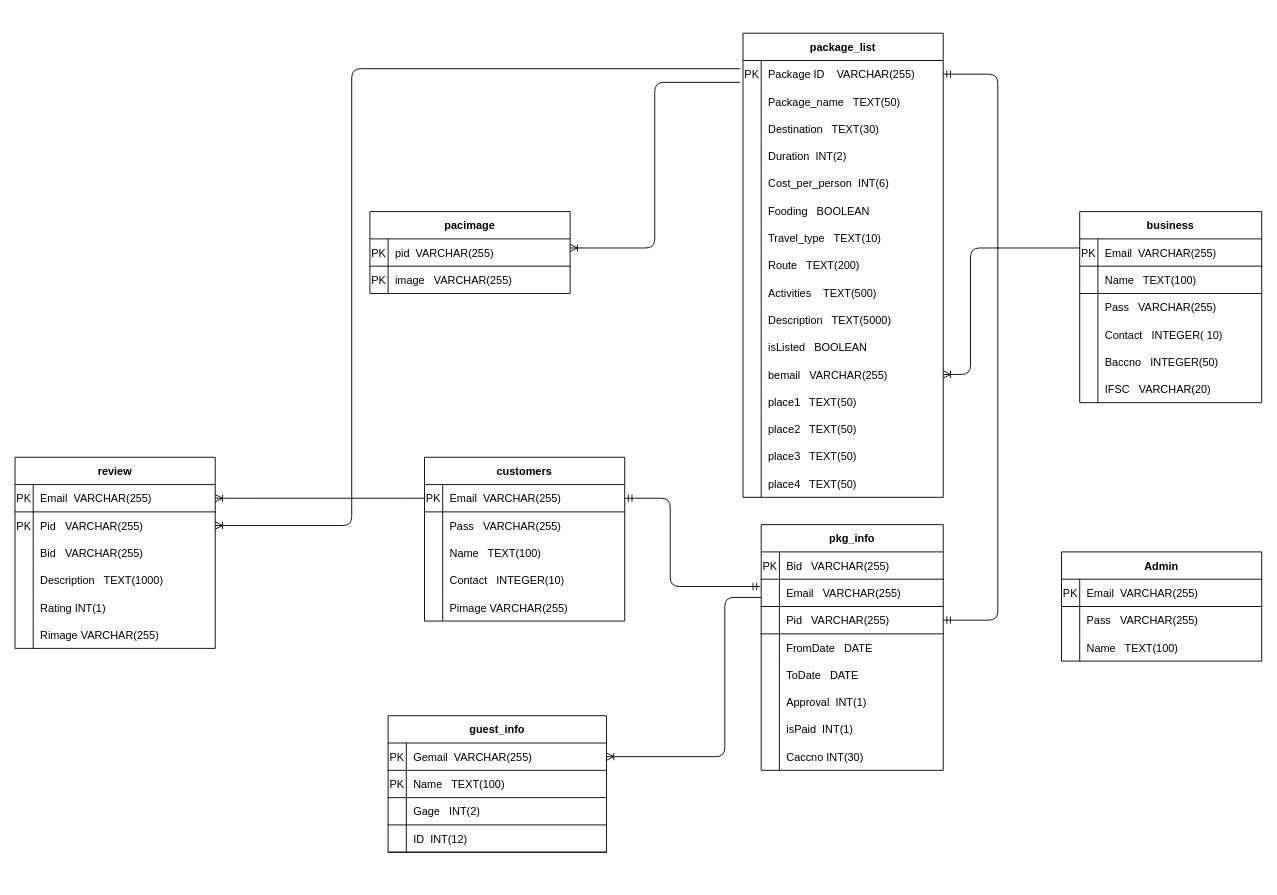
Before: ERD_SCHEMA_WITH_PAKCAGE.drawio in PCMasterRace007/ER, a draw.io diagram. Source tidied: cells renumbered, new cells numbered last; positions are measured from the earlier drawing's top-left corner, leaving out a move shared by most shapes. Both pictures are drawn from the tidied source at 91%, with x=0, y=0 at pixel (15, 33).
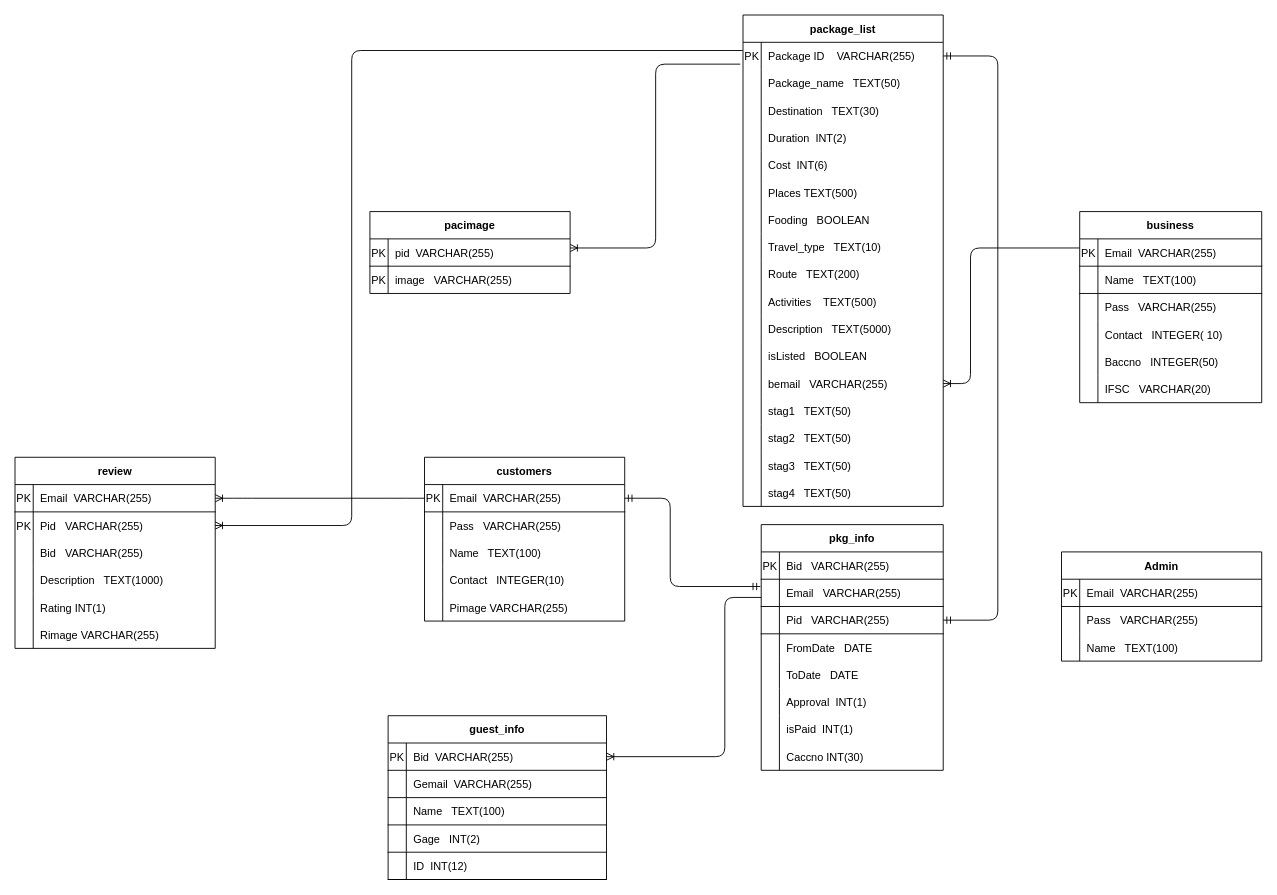
The same page after the edit.

Unchanged cells that the change refers to:
```xml
<mxCell id="3" style="shape=partialRectangle;fillColor=none;top=0;left=0;bottom=0;right=0;points=[[0,0.5],[1,0.5]];portConstraint=eastwest;" parent="2" vertex="1">
  <mxGeometry y="30" width="220" height="30" as="geometry" />
</mxCell>
<mxCell id="15" style="shape=partialRectangle;fillColor=none;top=0;left=0;bottom=0;right=0;" parent="2" vertex="1">
  <mxGeometry y="150" width="220" height="30" as="geometry" />
</mxCell>
<mxCell id="45" style="shape=partialRectangle;fillColor=none;top=0;left=0;bottom=0;right=0;" parent="2" vertex="1">
  <mxGeometry y="450" width="220" height="30" as="geometry" />
</mxCell>
<mxCell id="48" style="shape=partialRectangle;fillColor=none;top=0;left=0;bottom=0;right=0;" parent="2" vertex="1">
  <mxGeometry y="480" width="220" height="30" as="geometry" />
</mxCell>
<mxCell id="103" style="shape=partialRectangle;fillColor=none;top=0;left=0;bottom=1;right=0;points=[[0,0.5],[1,0.5]];portConstraint=eastwest;" parent="99" vertex="1">
  <mxGeometry y="60" width="200" height="30" as="geometry" />
</mxCell>
<mxCell id="132" style="shape=partialRectangle;fillColor=none;top=0;left=0;bottom=0;right=0;points=[[0,0.5],[1,0.5]];portConstraint=eastwest;" parent="128" vertex="1">
  <mxGeometry y="60" width="220" height="30" as="geometry" />
</mxCell>
```

Diff of the diagram source:
```diff
@@
     <mxCell id="2" value="package_list" style="shape=table;startSize=30;childLayout=tableLayout;rowLines=0;fontStyle=1;align=center;" parent="1" vertex="1">
-      <mxGeometry x="800" width="220" height="510" as="geometry" />
+      <mxGeometry x="800" y="-20" width="220" height="540" as="geometry" />
     </mxCell>
@@
-    <mxCell id="17" value="Cost_per_person  INT(6)" style="shape=partialRectangle;fillColor=none;top=0;left=0;bottom=0;right=0;align=left;spacingLeft=6;overflow=hidden;" parent="15" vertex="1">
+    <mxCell id="17" value="Cost  INT(6)" style="shape=partialRectangle;fillColor=none;top=0;left=0;bottom=0;right=0;align=left;spacingLeft=6;overflow=hidden;" parent="15" vertex="1">
       <mxGeometry x="20" width="200" height="30" as="geometry" />
     </mxCell>
+    <mxCell id="167" style="shape=partialRectangle;fillColor=none;top=0;left=0;bottom=0;right=0;" parent="2" vertex="1">
+      <mxGeometry y="180" width="220" height="30" as="geometry" />
+    </mxCell>
+    <mxCell id="168" style="shape=partialRectangle;fillColor=none;top=0;left=0;bottom=0;right=0;overflow=hidden;" parent="167" vertex="1">
+      <mxGeometry width="20" height="30" as="geometry" />
+    </mxCell>
+    <mxCell id="169" value="Places TEXT(500)" style="shape=partialRectangle;fillColor=none;top=0;left=0;bottom=0;right=0;align=left;spacingLeft=6;overflow=hidden;" parent="167" vertex="1">
+      <mxGeometry x="20" width="200" height="30" as="geometry" />
+    </mxCell>
     <mxCell id="18" style="shape=partialRectangle;fillColor=none;top=0;left=0;bottom=0;right=0;" parent="2" vertex="1">
-      <mxGeometry y="180" width="220" height="30" as="geometry" />
+      <mxGeometry y="210" width="220" height="30" as="geometry" />
     </mxCell>
@@
     <mxCell id="21" style="shape=partialRectangle;fillColor=none;top=0;left=0;bottom=0;right=0;" parent="2" vertex="1">
-      <mxGeometry y="210" width="220" height="30" as="geometry" />
+      <mxGeometry y="240" width="220" height="30" as="geometry" />
     </mxCell>
@@
     <mxCell id="24" style="shape=partialRectangle;fillColor=none;top=0;left=0;bottom=0;right=0;" parent="2" vertex="1">
-      <mxGeometry y="240" width="220" height="30" as="geometry" />
+      <mxGeometry y="270" width="220" height="30" as="geometry" />
     </mxCell>
@@
     <mxCell id="27" style="shape=partialRectangle;fillColor=none;top=0;left=0;bottom=0;right=0;" parent="2" vertex="1">
-      <mxGeometry y="270" width="220" height="30" as="geometry" />
+      <mxGeometry y="300" width="220" height="30" as="geometry" />
     </mxCell>
@@
     <mxCell id="30" style="shape=partialRectangle;fillColor=none;top=0;left=0;bottom=0;right=0;" parent="2" vertex="1">
-      <mxGeometry y="300" width="220" height="30" as="geometry" />
+      <mxGeometry y="330" width="220" height="30" as="geometry" />
     </mxCell>
@@
     <mxCell id="33" style="shape=partialRectangle;fillColor=none;top=0;left=0;bottom=0;right=0;" parent="2" vertex="1">
-      <mxGeometry y="330" width="220" height="30" as="geometry" />
+      <mxGeometry y="360" width="220" height="30" as="geometry" />
     </mxCell>
@@
     <mxCell id="36" style="shape=partialRectangle;fillColor=none;top=0;left=0;bottom=0;right=0;points=[[0,0.5],[1,0.5]];portConstraint=eastwest;" parent="2" vertex="1">
-      <mxGeometry y="360" width="220" height="30" as="geometry" />
+      <mxGeometry y="390" width="220" height="30" as="geometry" />
     </mxCell>
@@
     <mxCell id="39" style="shape=partialRectangle;fillColor=none;top=0;left=0;bottom=0;right=0;" parent="2" vertex="1">
-      <mxGeometry y="390" width="220" height="30" as="geometry" />
+      <mxGeometry y="420" width="220" height="30" as="geometry" />
     </mxCell>
@@
-    <mxCell id="41" value="place1   TEXT(50)" style="shape=partialRectangle;fillColor=none;top=0;left=0;bottom=0;right=0;align=left;spacingLeft=6;overflow=hidden;" parent="39" vertex="1">
+    <mxCell id="41" value="stag1   TEXT(50)" style="shape=partialRectangle;fillColor=none;top=0;left=0;bottom=0;right=0;align=left;spacingLeft=6;overflow=hidden;" parent="39" vertex="1">
       <mxGeometry x="20" width="200" height="30" as="geometry" />
     </mxCell>
-    <mxCell id="42" style="shape=partialRectangle;fillColor=none;top=0;left=0;bottom=0;right=0;" parent="2" vertex="1">
-      <mxGeometry y="420" width="220" height="30" as="geometry" />
-    </mxCell>
-    <mxCell id="43" style="shape=partialRectangle;fillColor=none;top=0;left=0;bottom=0;right=0;overflow=hidden;" parent="42" vertex="1">
-      <mxGeometry width="20" height="30" as="geometry" />
-    </mxCell>
-    <mxCell id="44" value="place2   TEXT(50)" style="shape=partialRectangle;fillColor=none;top=0;left=0;bottom=0;right=0;align=left;spacingLeft=6;overflow=hidden;" parent="42" vertex="1">
-      <mxGeometry x="20" width="200" height="30" as="geometry" />
-    </mxCell>
@@
-    <mxCell id="46" style="shape=partialRectangle;fillColor=none;top=0;left=0;bottom=0;right=0;overflow=hidden;" parent="45" vertex="1">
-      <mxGeometry width="20" height="30" as="geometry" />
-    </mxCell>
-    <mxCell id="47" value="place3   TEXT(50)" style="shape=partialRectangle;fillColor=none;top=0;left=0;bottom=0;right=0;align=left;spacingLeft=6;overflow=hidden;" parent="45" vertex="1">
-      <mxGeometry x="20" width="200" height="30" as="geometry" />
-    </mxCell>
+    <mxCell id="170" style="shape=partialRectangle;fillColor=none;top=0;left=0;bottom=0;right=0;overflow=hidden;" parent="45" vertex="1">
+      <mxGeometry width="20" height="30" as="geometry" />
+    </mxCell>
+    <mxCell id="171" value="stag2   TEXT(50)" style="shape=partialRectangle;fillColor=none;top=0;left=0;bottom=0;right=0;align=left;spacingLeft=6;overflow=hidden;" parent="45" vertex="1">
+      <mxGeometry x="20" width="200" height="30" as="geometry" />
+    </mxCell>
@@
-    <mxCell id="49" style="shape=partialRectangle;fillColor=none;top=0;left=0;bottom=0;right=0;overflow=hidden;" parent="48" vertex="1">
-      <mxGeometry width="20" height="30" as="geometry" />
-    </mxCell>
-    <mxCell id="50" value="place4   TEXT(50)" style="shape=partialRectangle;fillColor=none;top=0;left=0;bottom=0;right=0;align=left;spacingLeft=6;overflow=hidden;" parent="48" vertex="1">
-      <mxGeometry x="20" width="200" height="30" as="geometry" />
-    </mxCell>
+    <mxCell id="172" style="shape=partialRectangle;fillColor=none;top=0;left=0;bottom=0;right=0;overflow=hidden;" parent="48" vertex="1">
+      <mxGeometry width="20" height="30" as="geometry" />
+    </mxCell>
+    <mxCell id="173" value="stag3   TEXT(50)" style="shape=partialRectangle;fillColor=none;top=0;left=0;bottom=0;right=0;align=left;spacingLeft=6;overflow=hidden;" parent="48" vertex="1">
+      <mxGeometry x="20" width="200" height="30" as="geometry" />
+    </mxCell>
+    <mxCell id="174" style="shape=partialRectangle;fillColor=none;top=0;left=0;bottom=0;right=0;" parent="2" vertex="1">
+      <mxGeometry y="510" width="220" height="30" as="geometry" />
+    </mxCell>
+    <mxCell id="175" style="shape=partialRectangle;fillColor=none;top=0;left=0;bottom=0;right=0;overflow=hidden;" parent="174" vertex="1">
+      <mxGeometry width="20" height="30" as="geometry" />
+    </mxCell>
+    <mxCell id="176" value="stag4   TEXT(50)" style="shape=partialRectangle;fillColor=none;top=0;left=0;bottom=0;right=0;align=left;spacingLeft=6;overflow=hidden;" parent="174" vertex="1">
+      <mxGeometry x="20" width="200" height="30" as="geometry" />
+    </mxCell>
@@
     <mxCell id="86" value="guest_info" style="shape=table;startSize=30;childLayout=tableLayout;rowLines=0;fontStyle=1;align=center;" parent="1" vertex="1">
-      <mxGeometry x="410" y="750" width="240" height="150" as="geometry" />
+      <mxGeometry x="410" y="750" width="240" height="180" as="geometry" />
     </mxCell>
+    <mxCell id="177" style="shape=partialRectangle;fillColor=none;top=0;left=0;bottom=1;right=0;points=[[0,0.5],[1,0.5]];portConstraint=eastwest;" parent="86" vertex="1">
+      <mxGeometry y="30" width="240" height="30" as="geometry" />
+    </mxCell>
+    <mxCell id="178" value="PK" style="shape=partialRectangle;fillColor=none;top=0;left=0;bottom=0;right=0;fontStyle=0;overflow=hidden;" parent="177" vertex="1">
+      <mxGeometry width="20" height="30" as="geometry" />
+    </mxCell>
+    <mxCell id="179" value="Bid  VARCHAR(255)" style="shape=partialRectangle;fillColor=none;top=0;left=0;bottom=0;right=0;align=left;spacingLeft=6;fontStyle=0;overflow=hidden;" parent="177" vertex="1">
+      <mxGeometry x="20" width="220" height="30" as="geometry" />
+    </mxCell>
     <mxCell id="87" style="shape=partialRectangle;fillColor=none;top=0;left=0;bottom=1;right=0;points=[[0,0.5],[1,0.5]];portConstraint=eastwest;" parent="86" vertex="1">
-      <mxGeometry y="30" width="240" height="30" as="geometry" />
+      <mxGeometry y="60" width="240" height="30" as="geometry" />
     </mxCell>
-    <mxCell id="88" value="PK" style="shape=partialRectangle;fillColor=none;top=0;left=0;bottom=0;right=0;fontStyle=0;overflow=hidden;" parent="87" vertex="1">
+    <mxCell id="88" style="shape=partialRectangle;fillColor=none;top=0;left=0;bottom=0;right=0;fontStyle=0;overflow=hidden;" parent="87" vertex="1">
       <mxGeometry width="20" height="30" as="geometry" />
     </mxCell>
@@
     <mxCell id="90" style="shape=partialRectangle;fillColor=none;top=0;left=0;bottom=1;right=0;" parent="86" vertex="1">
-      <mxGeometry y="60" width="240" height="30" as="geometry" />
+      <mxGeometry y="90" width="240" height="30" as="geometry" />
     </mxCell>
-    <mxCell id="91" value="PK" style="shape=partialRectangle;fillColor=none;top=0;left=0;bottom=0;right=0;fontStyle=0;overflow=hidden;" parent="90" vertex="1">
+    <mxCell id="91" style="shape=partialRectangle;fillColor=none;top=0;left=0;bottom=0;right=0;fontStyle=0;overflow=hidden;" parent="90" vertex="1">
       <mxGeometry width="20" height="30" as="geometry" />
     </mxCell>
@@
     <mxCell id="93" style="shape=partialRectangle;fillColor=none;top=0;left=0;bottom=1;right=0;" parent="86" vertex="1">
-      <mxGeometry y="90" width="240" height="30" as="geometry" />
+      <mxGeometry y="120" width="240" height="30" as="geometry" />
     </mxCell>
@@
     <mxCell id="96" style="shape=partialRectangle;fillColor=none;top=0;left=0;bottom=1;right=0;" parent="86" vertex="1">
-      <mxGeometry y="120" width="240" height="30" as="geometry" />
+      <mxGeometry y="150" width="240" height="30" as="geometry" />
     </mxCell>
@@
-    <mxCell id="126" style="edgeStyle=elbowEdgeStyle;fontSize=12;html=1;endArrow=ERoneToMany;entryX=1;entryY=0.5;entryDx=0;entryDy=0;exitX=0;exitY=0.667;exitDx=0;exitDy=0;exitPerimeter=0;" parent="1" edge="1" source="103" target="87">
+    <mxCell id="126" style="edgeStyle=elbowEdgeStyle;fontSize=12;html=1;endArrow=ERoneToMany;entryX=1;entryY=0.5;entryDx=0;entryDy=0;exitX=0;exitY=0.667;exitDx=0;exitDy=0;exitPerimeter=0;" parent="1" edge="1" source="103" target="177">
       <mxGeometry relative="1" as="geometry">
         <Array as="points">
           <mxPoint x="780" y="800" />
           <mxPoint x="850" y="846" />
           <mxPoint x="830" y="756" />
         </Array>
       </mxGeometry>
     </mxCell>
@@
-    <mxCell id="148" style="edgeStyle=elbowEdgeStyle;fontSize=12;html=1;endArrow=ERoneToMany;entryX=1;entryY=0.5;entryDx=0;entryDy=0;" parent="1" edge="1" target="132">
+    <mxCell id="148" style="edgeStyle=elbowEdgeStyle;fontSize=12;html=1;endArrow=ERoneToMany;entryX=1;entryY=0.5;entryDx=0;entryDy=0;exitX=-0.002;exitY=0.3;exitDx=0;exitDy=0;exitPerimeter=0;" parent="1" edge="1" source="3" target="132">
       <mxGeometry relative="1" as="geometry">
-        <mxPoint x="797" y="39" as="sourcePoint" />
         <Array as="points">
           <mxPoint x="370" y="426" />
         </Array>
       </mxGeometry>
     </mxCell>
@@
-    <mxCell id="156" style="edgeStyle=elbowEdgeStyle;fontSize=12;html=1;endArrow=ERoneToMany;exitX=-0.014;exitY=0.8;exitDx=0;exitDy=0;exitPerimeter=0;" parent="1" edge="1" source="3">
+    <mxCell id="156" style="edgeStyle=elbowEdgeStyle;fontSize=12;html=1;endArrow=ERoneToMany;" parent="1" edge="1">
       <mxGeometry relative="1" as="geometry">
+        <mxPoint x="797" y="34" as="sourcePoint" />
         <mxPoint x="610" y="236" as="targetPoint" />
       </mxGeometry>
     </mxCell>
```
